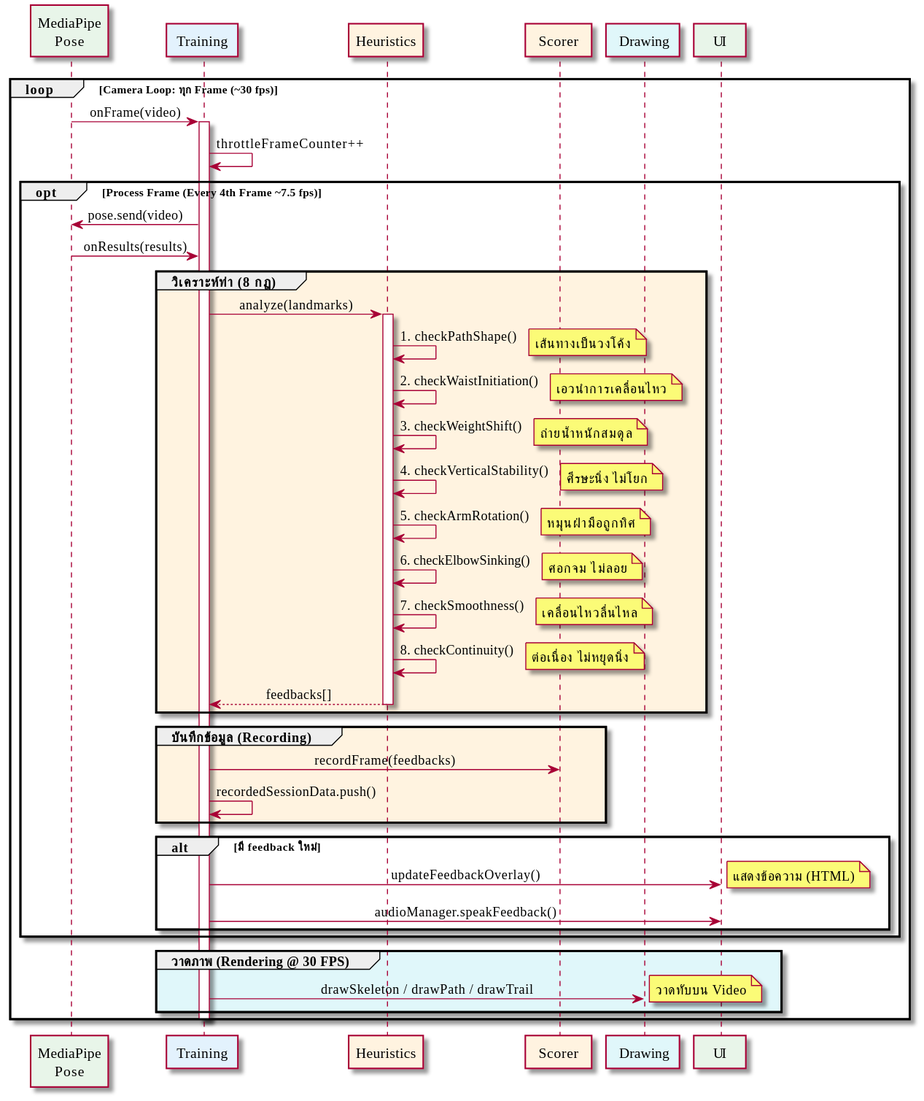
The PlantUML diagram out/docs/diagrams/SequenceDiagram_RealtimeAnalysis/SequenceDiagram_RealtimeAnalysis.svg in vyut/TaijiFlow, before a commit.
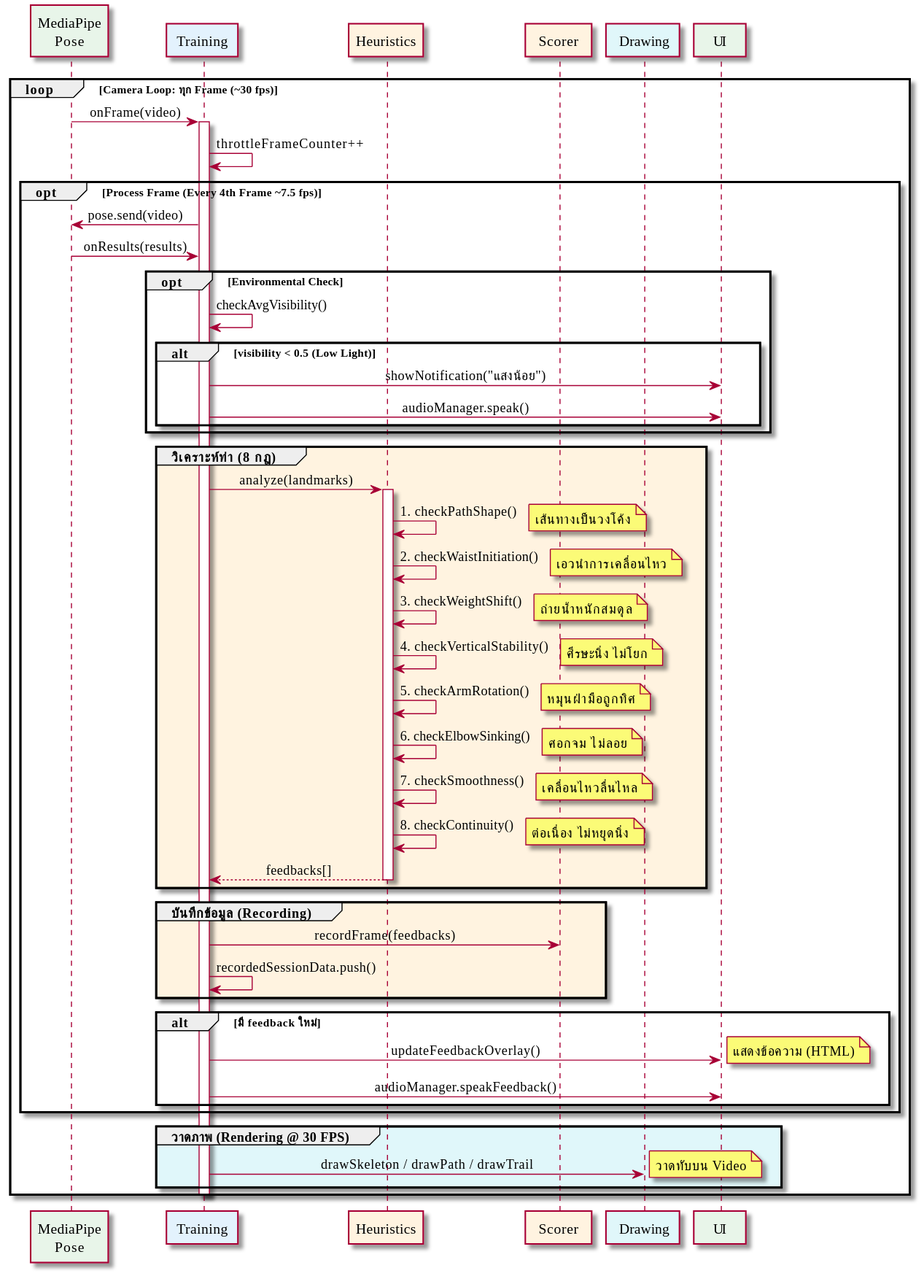
After the commit.

Change to the diagram source:
```diff
@@ -21,6 +21,14 @@
     opt Process Frame (Every 4th Frame ~7.5 fps)
         Training -> MediaPipe : pose.send(video)
         MediaPipe -> Training : onResults(results)
+
+        opt Environmental Check
+            Training -> Training : checkAvgVisibility()
+            alt visibility < 0.5 (Low Light)
+                Training -> UI : showNotification("แสงน้อย")
+                Training -> UI : audioManager.speak()
+            end
+        end
 
         group #FFF3E0 วิเคราะห์ท่า (8 กฎ)
             Training -> Heuristics : analyze(landmarks)
```
